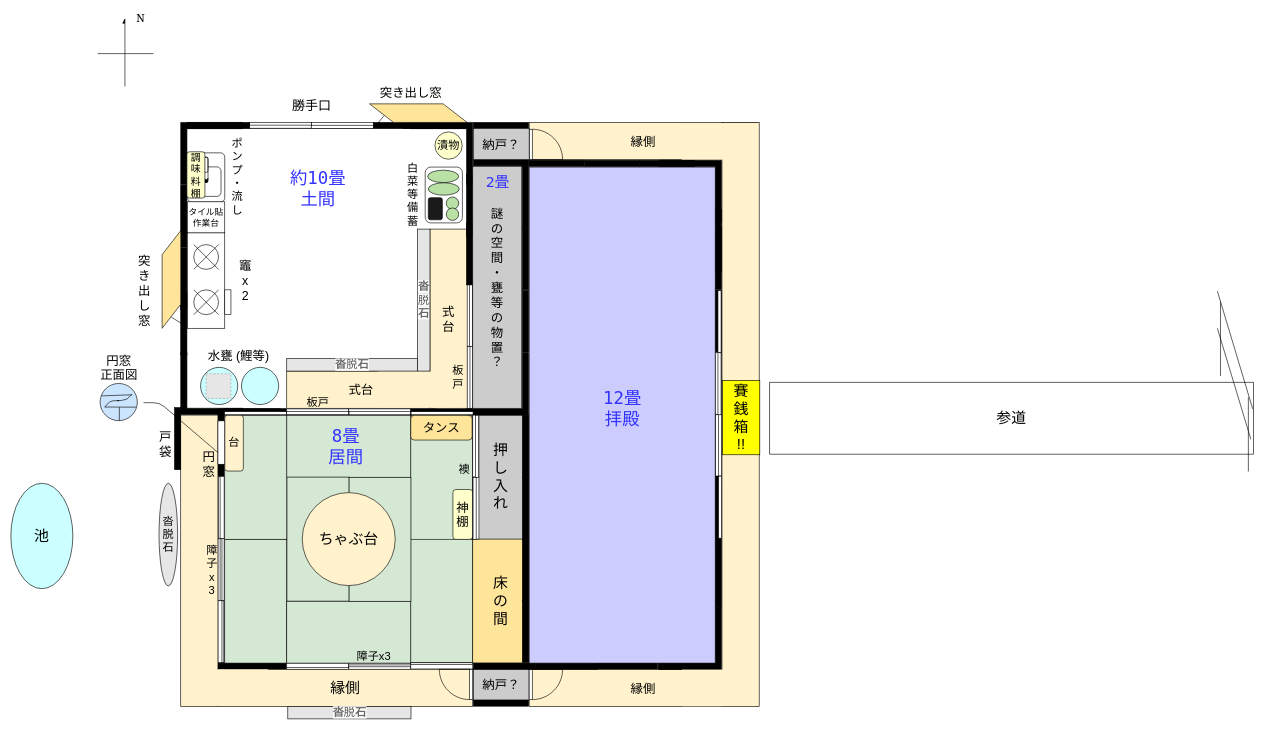
Above: src/hakurei-20190102.drawio in arm-band/hakurei_shrine_floorplan (draw.io), before the change. Source tidied: cells renumbered, new cells numbered last; positions are measured from the earlier drawing's top-left corner, leaving out a move shared by most shapes. Both pictures are drawn from the tidied source at 62%, with x=0, y=0 at pixel (11, 12). Pictures stored in the file or linked from it are replaced by grey dashed boxes.
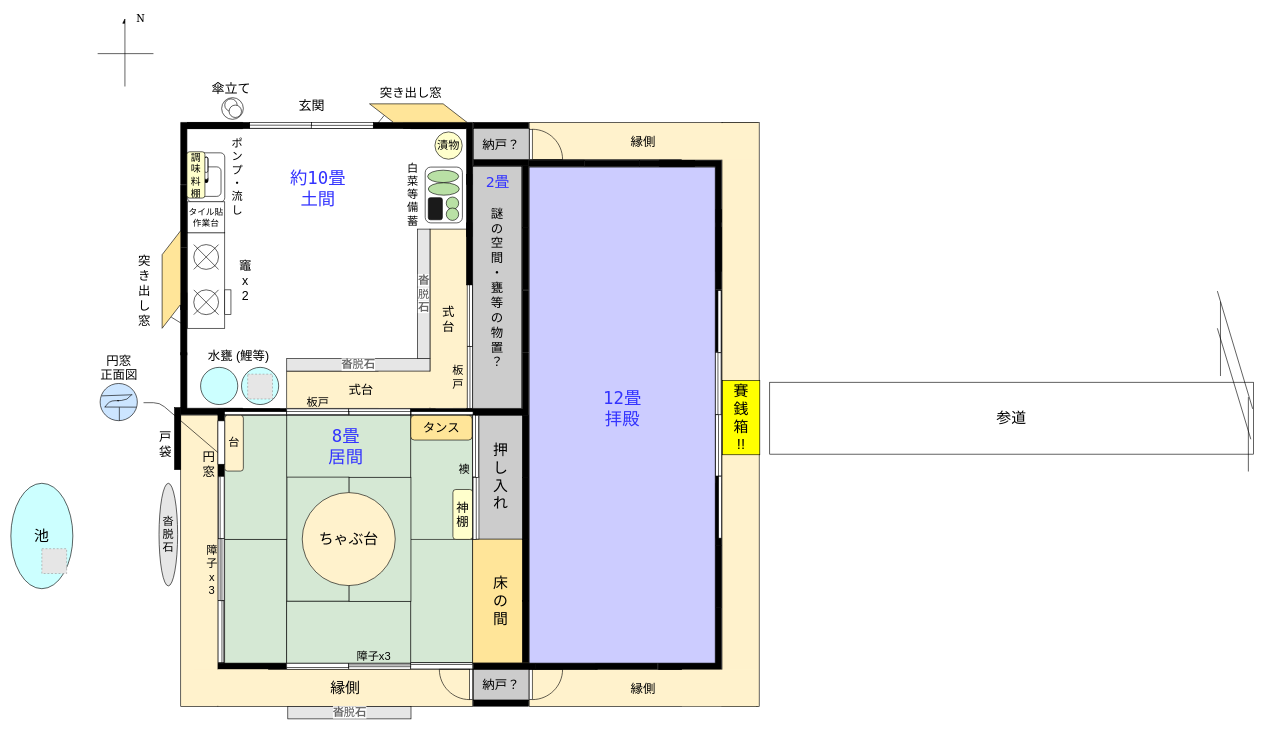
The same page after the edit.

Commit message:
- 傘立て追加 - 亀追加 - 鯉を右側の水甕に移動

What changed in the source:
```diff
@@
     <mxCell id="39" value="&lt;font style=&quot;font-size: 18px&quot;&gt;&lt;span style=&quot;font-weight: bold ; color: rgb(106 , 106 , 106) ; font-family: &amp;#34;arial&amp;#34; , sans-serif ; text-align: left ; white-space: normal ; background-color: rgb(255 , 255 , 255)&quot;&gt;沓&lt;/span&gt;&lt;span style=&quot;color: rgb(84 , 84 , 84) ; font-family: &amp;#34;arial&amp;#34; , sans-serif ; text-align: left ; white-space: normal ; background-color: rgb(255 , 255 , 255)&quot;&gt;脱&lt;/span&gt;&lt;span style=&quot;font-weight: bold ; color: rgb(106 , 106 , 106) ; font-family: &amp;#34;arial&amp;#34; , sans-serif ; text-align: left ; white-space: normal ; background-color: rgb(255 , 255 , 255)&quot;&gt;石&lt;/span&gt;&lt;/font&gt;" style="rounded=0;whiteSpace=wrap;html=1;fillColor=#E6E6E6;" parent="1" vertex="1">
-      <mxGeometry x="445" y="559" width="211" height="20" as="geometry" />
+      <mxGeometry x="445" y="559" width="231" height="20" as="geometry" />
     </mxCell>
     <mxCell id="40" value="&lt;font style=&quot;font-size: 18px&quot;&gt;&lt;span style=&quot;font-weight: bold ; color: rgb(106 , 106 , 106) ; font-family: &amp;#34;arial&amp;#34; , sans-serif ; text-align: left ; white-space: normal ; background-color: rgb(255 , 255 , 255)&quot;&gt;沓&lt;br&gt;&lt;/span&gt;&lt;span style=&quot;color: rgb(84 , 84 , 84) ; font-family: &amp;#34;arial&amp;#34; , sans-serif ; text-align: left ; white-space: normal ; background-color: rgb(255 , 255 , 255)&quot;&gt;脱&lt;br&gt;&lt;/span&gt;&lt;span style=&quot;font-weight: bold ; color: rgb(106 , 106 , 106) ; font-family: &amp;#34;arial&amp;#34; , sans-serif ; text-align: left ; white-space: normal ; background-color: rgb(255 , 255 , 255)&quot;&gt;石&lt;/span&gt;&lt;/font&gt;" style="rounded=0;whiteSpace=wrap;html=1;direction=south;fillColor=#E6E6E6;" parent="1" vertex="1">
-      <mxGeometry x="656" y="350" width="20" height="229" as="geometry" />
+      <mxGeometry x="656" y="350" width="20" height="209" as="geometry" />
     </mxCell>
@@
-    <mxCell id="129" value="&lt;font style=&quot;font-size: 21px&quot;&gt;勝手口&lt;/font&gt;" style="text;html=1;align=center;verticalAlign=middle;" parent="1" vertex="1">
-      <mxGeometry x="445.3" y="140" width="80" height="20" as="geometry" />
+    <mxCell id="129" value="&lt;font style=&quot;font-size: 21px&quot;&gt;玄関&lt;/font&gt;" style="text;html=1;align=center;verticalAlign=middle;" parent="1" vertex="1">
+      <mxGeometry x="455.3" y="140" width="60" height="20" as="geometry" />
     </mxCell>
@@
     <mxCell id="146" style="fillColor=#E6E6E6;strokeColor=#999999;dashed=1;html=1;verticalAlign=top;verticalLabelPosition=bottom;labelBackgroundColor=#ffffff;" parent="1" vertex="1">
-      <mxGeometry x="315" y="583.3" width="40" height="40" as="geometry" />
+      <mxGeometry x="382" y="584" width="40" height="40" as="geometry" />
     </mxCell>
@@
+    <mxCell id="180" style="fillColor=#E6E6E6;strokeColor=#999999;dashed=1;html=1;verticalAlign=top;verticalLabelPosition=bottom;labelBackgroundColor=#ffffff;" parent="1" vertex="1">
+      <mxGeometry x="50" y="865.5" width="40" height="40" as="geometry" />
+    </mxCell>
+    <mxCell id="181" style="ellipse;whiteSpace=wrap;html=1;fillColor=#FFFFFF;" parent="1" vertex="1">
+      <mxGeometry x="340" y="138" width="35" height="35" as="geometry" />
+    </mxCell>
+    <mxCell id="182" style="ellipse;whiteSpace=wrap;html=1;fillColor=#FFFFFF;" parent="1" vertex="1">
+      <mxGeometry x="345" y="140" width="20" height="20" as="geometry" />
+    </mxCell>
+    <mxCell id="183" style="ellipse;whiteSpace=wrap;html=1;fillColor=#FFFFFF;" parent="1" vertex="1">
+      <mxGeometry x="352" y="150" width="20" height="20" as="geometry" />
+    </mxCell>
+    <mxCell id="184" value="&lt;span style=&quot;font-size: 21px&quot;&gt;傘立て&lt;/span&gt;" style="text;html=1;align=center;verticalAlign=middle;" parent="1" vertex="1">
+      <mxGeometry x="315" y="113" width="80" height="20" as="geometry" />
+    </mxCell>
```
